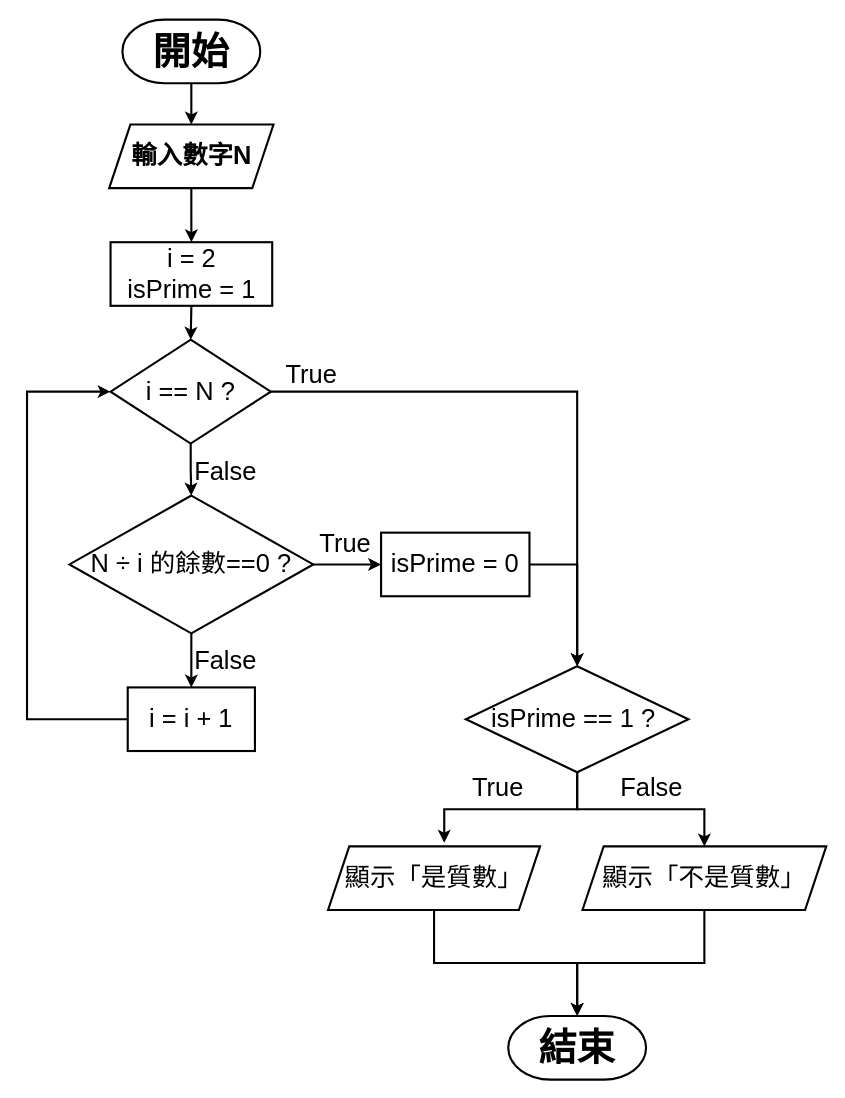
Before: 質數判斷(初階).drawio in htc805/FlowChart, a draw.io diagram. Source tidied: cells renumbered, new cells numbered last; positions are measured from the earlier drawing's top-left corner, leaving out a move shared by most shapes. Both pictures are drawn from the tidied source at 106%, with x=0, y=0 at pixel (26, 19).
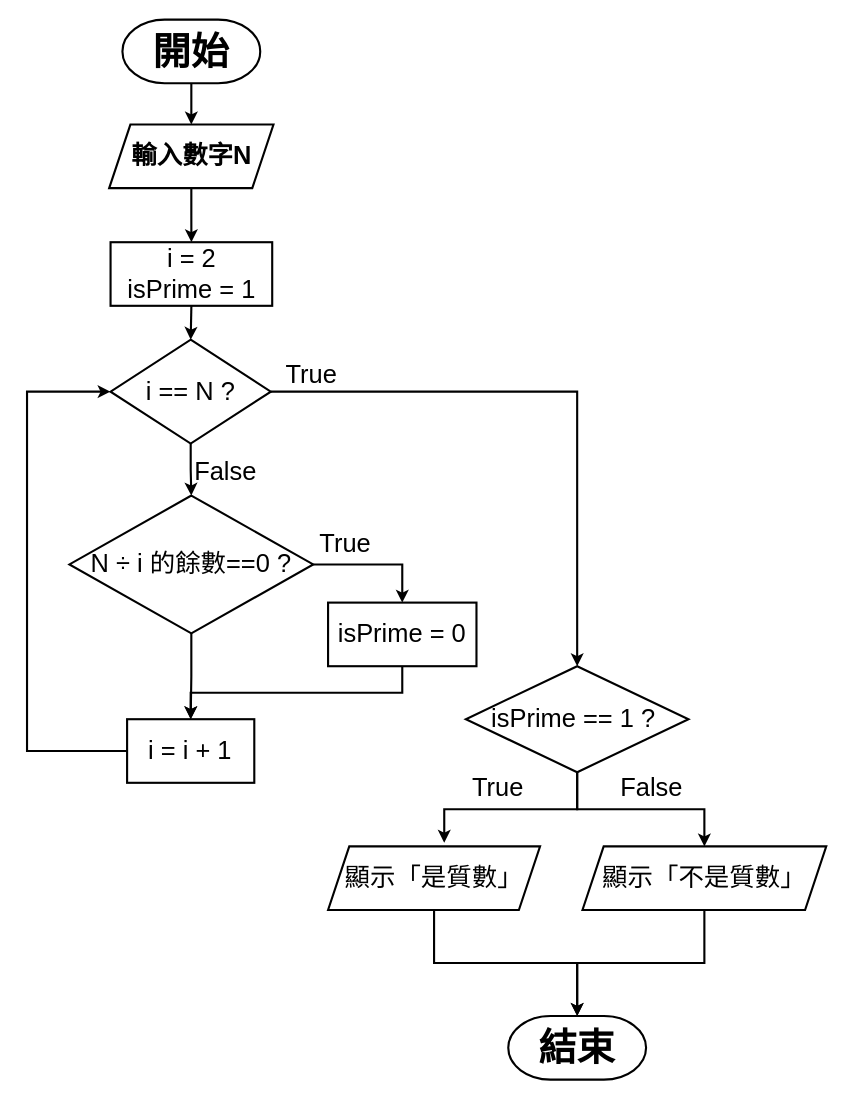
Above is the later version.

Commit message:
更新質數判斷(初階-1).drawio

The change refers to these unchanged cells:
```xml
<mxCell id="10" value="i == N ?" style="rhombus;whiteSpace=wrap;html=1;fontSize=24;strokeWidth=2;" parent="1" vertex="1">
  <mxGeometry x="78.8" y="302" width="151.2" height="98" as="geometry" />
</mxCell>
<mxCell id="13" value="N ÷ i 的餘數==0 ?" style="rhombus;whiteSpace=wrap;html=1;fontSize=24;strokeWidth=2;" parent="1" vertex="1">
  <mxGeometry x="40" y="449" width="230" height="130" as="geometry" />
</mxCell>
<mxCell id="20" value="isPrime == 1 ?&amp;nbsp;" style="rhombus;whiteSpace=wrap;html=1;fontSize=24;strokeWidth=2;" parent="1" vertex="1">
  <mxGeometry x="414" y="610" width="210" height="100" as="geometry" />
</mxCell>
```

Change to the diagram source:
```diff
@@
-    <mxCell id="12" style="edgeStyle=orthogonalEdgeStyle;rounded=0;jettySize=auto;html=1;exitX=1;exitY=0.5;exitDx=0;exitDy=0;entryX=0;entryY=0.5;entryDx=0;entryDy=0;fontSize=24;strokeWidth=2;" parent="1" edge="1" source="13" target="22">
+    <mxCell id="12" style="edgeStyle=orthogonalEdgeStyle;rounded=0;jettySize=auto;html=1;exitX=1;exitY=0.5;exitDx=0;exitDy=0;entryX=0.5;entryY=0;entryDx=0;entryDy=0;fontSize=24;strokeWidth=2;" parent="1" edge="1" source="13" target="22">
       <mxGeometry relative="1" as="geometry" />
     </mxCell>
@@
     <mxCell id="15" style="edgeStyle=orthogonalEdgeStyle;rounded=0;jettySize=auto;html=1;exitX=0;exitY=0.5;exitDx=0;exitDy=0;entryX=0;entryY=0.5;entryDx=0;entryDy=0;fontSize=24;strokeWidth=2;" parent="1" edge="1" source="16" target="10">
       <mxGeometry relative="1" as="geometry">
         <Array as="points">
-          <mxPoint y="660" />
+          <mxPoint y="690" />
           <mxPoint y="351" />
         </Array>
       </mxGeometry>
     </mxCell>
     <mxCell id="16" value="i = i + 1" style="rounded=0;whiteSpace=wrap;html=1;fontSize=24;strokeWidth=2;" parent="1" vertex="1">
-      <mxGeometry x="95" y="630" width="120" height="60" as="geometry" />
+      <mxGeometry x="94.4" y="660" width="120" height="60" as="geometry" />
     </mxCell>
-    <mxCell id="17" value="False" style="text;html=1;align=center;verticalAlign=middle;fillColor=none;strokeColor=none;rounded=0;fontSize=24;strokeWidth=2;" parent="1" vertex="1">
-      <mxGeometry x="152" y="590" width="70" height="30" as="geometry" />
-    </mxCell>
@@
-    <mxCell id="21" style="edgeStyle=orthogonalEdgeStyle;rounded=0;jettySize=auto;html=1;exitX=1;exitY=0.5;exitDx=0;exitDy=0;entryX=0.5;entryY=0;entryDx=0;entryDy=0;fontSize=24;strokeWidth=2;" parent="1" edge="1" source="22" target="20">
-      <mxGeometry relative="1" as="geometry" />
-    </mxCell>
+    <mxCell id="32" style="edgeStyle=orthogonalEdgeStyle;rounded=0;jettySize=auto;html=1;exitX=0.5;exitY=1;exitDx=0;exitDy=0;entryX=0.5;entryY=0;entryDx=0;entryDy=0;strokeWidth=2;" parent="1" edge="1" source="22" target="16">
+      <mxGeometry relative="1" as="geometry" />
+    </mxCell>
     <mxCell id="22" value="isPrime = 0" style="rounded=0;whiteSpace=wrap;html=1;fontSize=24;strokeWidth=2;" parent="1" vertex="1">
-      <mxGeometry x="334" y="484" width="140" height="60" as="geometry" />
+      <mxGeometry x="284" y="550" width="140" height="60" as="geometry" />
     </mxCell>
```
